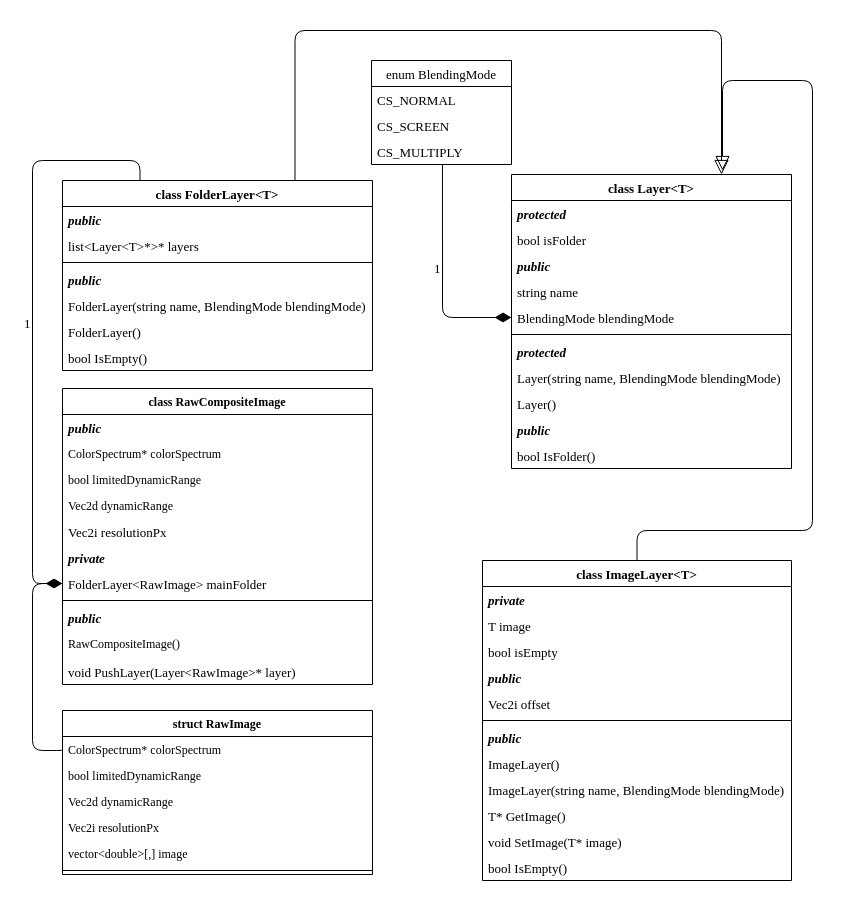
Above: page "Composite" (5 of 8) of Docs/Class diagrams.drawio in SpatiumOwl/ComplexSky-2.0 (draw.io), before the change. Source tidied: cells renumbered, new cells numbered last; positions are measured from the earlier drawing's top-left corner, leaving out a move shared by most shapes. Both pictures are drawn from the tidied source at 100%, with x=0, y=0 at pixel (32, 30).
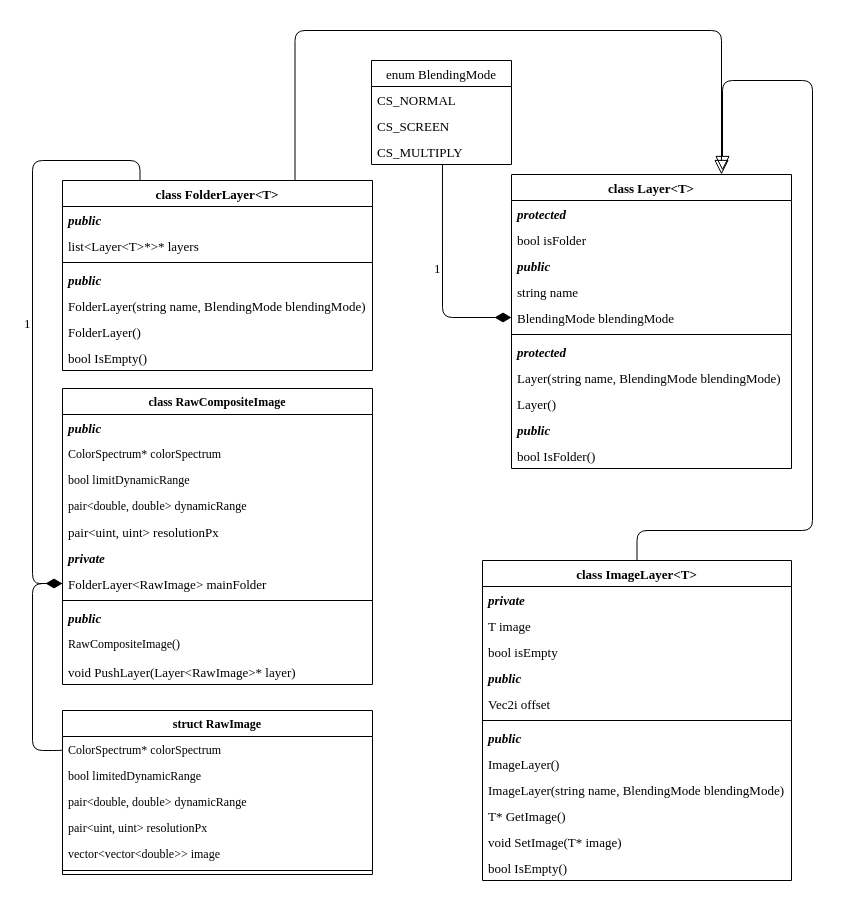
After the change.

Unchanged cells that the change refers to:
```xml
<mxCell id="2" value="class RawCompositeImage" style="swimlane;fontStyle=1;align=center;verticalAlign=top;horizontal=1;startSize=26;whiteSpace=wrap;html=1;fontFamily=Times New Roman;" parent="1" vertex="1">
  <mxGeometry x="30" y="358" width="310" height="296" as="geometry" />
</mxCell>
<mxCell id="55" value="struct RawImage" style="swimlane;fontStyle=1;align=center;verticalAlign=top;horizontal=1;startSize=26;whiteSpace=wrap;html=1;fontFamily=Times New Roman;" parent="1" vertex="1">
  <mxGeometry x="30" y="680" width="310" height="164" as="geometry" />
</mxCell>
```

The edit, as a diff of the source:
```diff
@@
-    <mxCell id="5" value="bool limitedDynamicRange" style="text;strokeColor=none;fillColor=none;align=left;verticalAlign=top;spacingLeft=4;spacingRight=4;overflow=hidden;whiteSpace=wrap;html=1;fontFamily=Times New Roman;" parent="2" vertex="1">
+    <mxCell id="5" value="bool limitDynamicRange" style="text;strokeColor=none;fillColor=none;align=left;verticalAlign=top;spacingLeft=4;spacingRight=4;overflow=hidden;whiteSpace=wrap;html=1;fontFamily=Times New Roman;" parent="2" vertex="1">
       <mxGeometry y="78" width="310" height="26" as="geometry" />
     </mxCell>
-    <mxCell id="6" value="Vec2d dynamicRange" style="text;strokeColor=none;fillColor=none;align=left;verticalAlign=top;spacingLeft=4;spacingRight=4;overflow=hidden;whiteSpace=wrap;html=1;fontFamily=Times New Roman;" parent="2" vertex="1">
+    <mxCell id="6" value="pair&amp;lt;double, double&amp;gt;&amp;nbsp;dynamicRange" style="text;strokeColor=none;fillColor=none;align=left;verticalAlign=top;spacingLeft=4;spacingRight=4;overflow=hidden;whiteSpace=wrap;html=1;fontFamily=Times New Roman;" parent="2" vertex="1">
       <mxGeometry y="104" width="310" height="26" as="geometry" />
     </mxCell>
-    <mxCell id="7" value="Vec2i resolutionPx" style="text;strokeColor=none;fillColor=none;align=left;verticalAlign=top;spacingLeft=4;spacingRight=4;overflow=hidden;fontFamily=Times New Roman;fontSize=13;" parent="2" vertex="1">
+    <mxCell id="7" value="pair&lt;uint, uint&gt; resolutionPx" style="text;strokeColor=none;fillColor=none;align=left;verticalAlign=top;spacingLeft=4;spacingRight=4;overflow=hidden;fontFamily=Times New Roman;fontSize=13;" parent="2" vertex="1">
       <mxGeometry y="130" width="310" height="26" as="geometry" />
     </mxCell>
@@
-    <mxCell id="58" value="Vec2d dynamicRange" style="text;strokeColor=none;fillColor=none;align=left;verticalAlign=top;spacingLeft=4;spacingRight=4;overflow=hidden;whiteSpace=wrap;html=1;fontFamily=Times New Roman;" parent="55" vertex="1">
+    <mxCell id="58" value="pair&amp;lt;double, double&amp;gt;&amp;nbsp;dynamicRange" style="text;strokeColor=none;fillColor=none;align=left;verticalAlign=top;spacingLeft=4;spacingRight=4;overflow=hidden;whiteSpace=wrap;html=1;fontFamily=Times New Roman;" parent="55" vertex="1">
       <mxGeometry y="78" width="310" height="26" as="geometry" />
     </mxCell>
-    <mxCell id="59" value="Vec2i resolutionPx" style="text;strokeColor=none;fillColor=none;align=left;verticalAlign=top;spacingLeft=4;spacingRight=4;overflow=hidden;whiteSpace=wrap;html=1;fontFamily=Times New Roman;" parent="55" vertex="1">
+    <mxCell id="59" value="pair&amp;lt;uint, uint&amp;gt;&amp;nbsp;resolutionPx" style="text;strokeColor=none;fillColor=none;align=left;verticalAlign=top;spacingLeft=4;spacingRight=4;overflow=hidden;whiteSpace=wrap;html=1;fontFamily=Times New Roman;" parent="55" vertex="1">
       <mxGeometry y="104" width="310" height="26" as="geometry" />
     </mxCell>
-    <mxCell id="60" value="vector&amp;lt;double&amp;gt;[,] image" style="text;strokeColor=none;fillColor=none;align=left;verticalAlign=top;spacingLeft=4;spacingRight=4;overflow=hidden;whiteSpace=wrap;html=1;fontFamily=Times New Roman;" parent="55" vertex="1">
+    <mxCell id="60" value="vector&amp;lt;vector&amp;lt;double&amp;gt;&amp;gt; image" style="text;strokeColor=none;fillColor=none;align=left;verticalAlign=top;spacingLeft=4;spacingRight=4;overflow=hidden;whiteSpace=wrap;html=1;fontFamily=Times New Roman;" parent="55" vertex="1">
       <mxGeometry y="130" width="310" height="26" as="geometry" />
     </mxCell>
```
